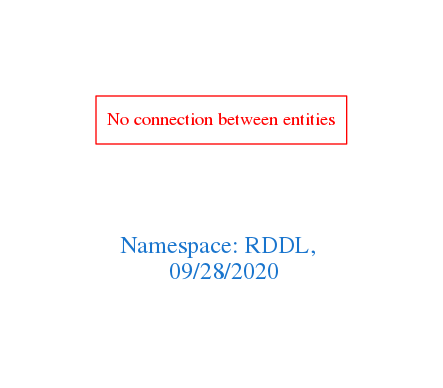
Above: downloads/RDDL.png in arago/OGIT (Graphviz), before the change. Its source is kept beside it as downloads/RDDL.dot.
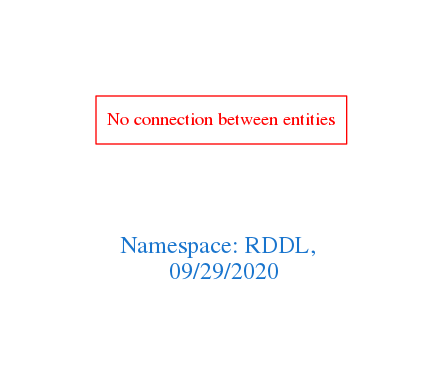
The same diagram one commit later.

Change to the diagram source:
```diff
@@ -1,7 +1,7 @@
 digraph OGIT_ontology {
  graph [ rankdir= LR,pad=1
 fontsize = 18,
-fontcolor= dodgerblue3,label = "\n\n\nNamespace: RDDL, \n 09/28/2020"];
+fontcolor= dodgerblue3,label = "\n\n\nNamespace: RDDL, \n 09/29/2020"];
 node[shape=polygon];
 edge [  color="gray81"];
 
```
